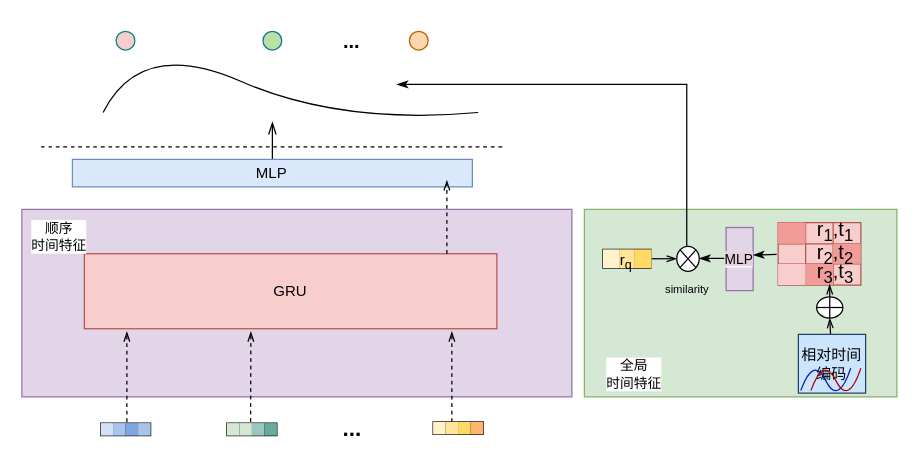
Before: 时序模块.drawio in LNqwn/BISHE-GRAPH, a draw.io diagram. Source tidied: cells renumbered, new cells numbered last; positions are measured from the earlier drawing's top-left corner, leaving out a move shared by most shapes. Both pictures are drawn from the tidied source at 125%, with x=0, y=0 at pixel (21, 21).
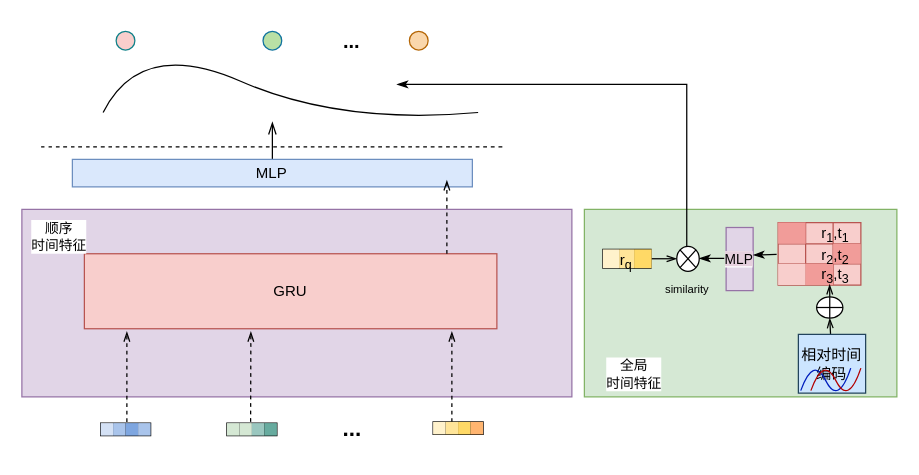
The same diagram, later.

Commit message:
更新时序模块.drawio

The edit, as a diff of the source:
```diff
@@
-    <mxCell id="24" value="r&lt;sub&gt;1&lt;/sub&gt;,t&lt;sub&gt;1&lt;/sub&gt;" style="text;html=1;align=center;verticalAlign=middle;whiteSpace=wrap;rounded=0;fontSize=16;" parent="1" vertex="1">
+    <mxCell id="24" value="&lt;font style=&quot;font-size: 12px;&quot;&gt;r&lt;sub&gt;1&lt;/sub&gt;,t&lt;sub&gt;1&lt;/sub&gt;&lt;/font&gt;" style="text;html=1;align=center;verticalAlign=middle;whiteSpace=wrap;rounded=0;fontSize=16;" parent="1" vertex="1">
       <mxGeometry x="626.2" y="153.5" width="50" height="28.5" as="geometry" />
     </mxCell>
-    <mxCell id="25" value="r&lt;sub&gt;2&lt;/sub&gt;,t&lt;sub&gt;2&lt;/sub&gt;" style="text;html=1;align=center;verticalAlign=middle;whiteSpace=wrap;rounded=0;fontSize=16;" parent="1" vertex="1">
+    <mxCell id="25" value="&lt;font style=&quot;font-size: 12px;&quot;&gt;r&lt;sub&gt;2&lt;/sub&gt;,t&lt;sub&gt;2&lt;/sub&gt;&lt;/font&gt;" style="text;html=1;align=center;verticalAlign=middle;whiteSpace=wrap;rounded=0;fontSize=16;" parent="1" vertex="1">
       <mxGeometry x="621.2" y="170.5" width="60" height="30" as="geometry" />
     </mxCell>
-    <mxCell id="26" value="r&lt;sub&gt;3&lt;/sub&gt;,t&lt;sub&gt;3&lt;/sub&gt;" style="text;html=1;align=center;verticalAlign=middle;whiteSpace=wrap;rounded=0;fontSize=16;" parent="1" vertex="1">
+    <mxCell id="26" value="&lt;font style=&quot;font-size: 12px;&quot;&gt;r&lt;sub&gt;3&lt;/sub&gt;,t&lt;sub&gt;3&lt;/sub&gt;&lt;/font&gt;" style="text;html=1;align=center;verticalAlign=middle;whiteSpace=wrap;rounded=0;fontSize=16;" parent="1" vertex="1">
       <mxGeometry x="621.2" y="185.5" width="60" height="30" as="geometry" />
     </mxCell>
```
